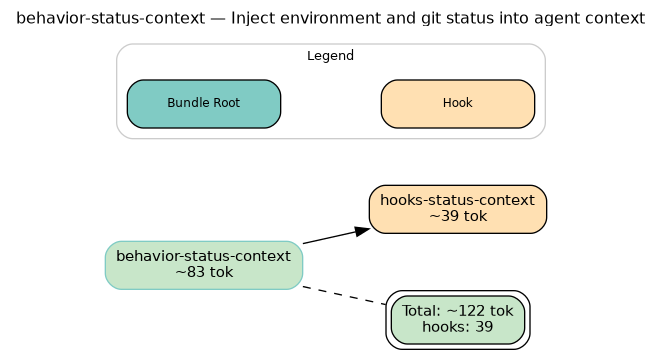
microsoft/amplifier-foundation keeps this Graphviz diagram as behaviors/status-context.png. Above is the earlier version. Its source is kept beside it as behaviors/status-context.dot. The source it was exported from:
```dot
digraph behavior_status_context {
    rankdir=LR
    fontname="Helvetica"
    fontsize=12
    label="behavior-status-context — Inject environment and git status into agent context"
    labelloc=t
    labeljust=c
    compound=true
    nodesep=0.6
    ranksep=0.7
    bgcolor="white"
    source_hash="2248720a06c63b33bdc627909d705ac26ccff7428643a9e4be3577e73153d465"

    node [fontname="Helvetica", fontsize=11, style="filled,rounded"]
    edge [fontname="Helvetica", fontsize=9]

    root [label="behavior-status-context\n~83 tok", shape=box, fillcolor="#c8e6c9", style="filled,rounded", color="#80cbc4"]
    hook_hooks_status_context [label="hooks-status-context\n~39 tok", shape=box, fillcolor="#ffe0b2", style="filled,rounded"]
    summary [label="Total: ~122 tok\nhooks: 39", shape=box, fillcolor="#c8e6c9", style="filled,rounded", peripheries=2]

    root -> hook_hooks_status_context
    root -> summary [style=dashed, arrowhead=none]

    subgraph cluster_legend {
        label="Legend"
        style="filled,rounded"
        fillcolor="white"
        color="#cccccc"
        fontsize=10
        node [shape=box, fontsize=9, width=1.6]
        leg_root [label="Bundle Root", shape=box, fillcolor="#80cbc4", style="filled,rounded"]
        leg_hook [label="Hook", shape=box, fillcolor="#ffe0b2", style="filled,rounded"]
        leg_root -> leg_hook [style=invis]
    }
}
```
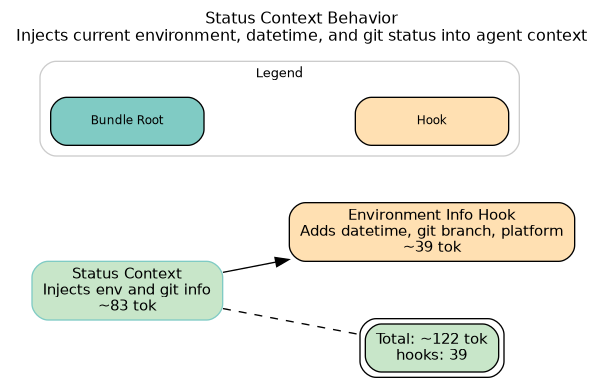
The same file after the commit.

Change to the diagram source:
```diff
@@ -2,7 +2,7 @@
     rankdir=LR
     fontname="Helvetica"
     fontsize=12
-    label="behavior-status-context — Inject environment and git status into agent context"
+    label="Status Context Behavior\nInjects current environment, datetime, and git status into agent context"
     labelloc=t
     labeljust=c
     compound=true
@@ -14,8 +14,8 @@
     node [fontname="Helvetica", fontsize=11, style="filled,rounded"]
     edge [fontname="Helvetica", fontsize=9]
 
-    root [label="behavior-status-context\n~83 tok", shape=box, fillcolor="#c8e6c9", style="filled,rounded", color="#80cbc4"]
-    hook_hooks_status_context [label="hooks-status-context\n~39 tok", shape=box, fillcolor="#ffe0b2", style="filled,rounded"]
+    root [label="Status Context\nInjects env and git info\n~83 tok", shape=box, fillcolor="#c8e6c9", style="filled,rounded", color="#80cbc4"]
+    hook_hooks_status_context [label="Environment Info Hook\nAdds datetime, git branch, platform\n~39 tok", shape=box, fillcolor="#ffe0b2", style="filled,rounded"]
     summary [label="Total: ~122 tok\nhooks: 39", shape=box, fillcolor="#c8e6c9", style="filled,rounded", peripheries=2]
 
     root -> hook_hooks_status_context
```
